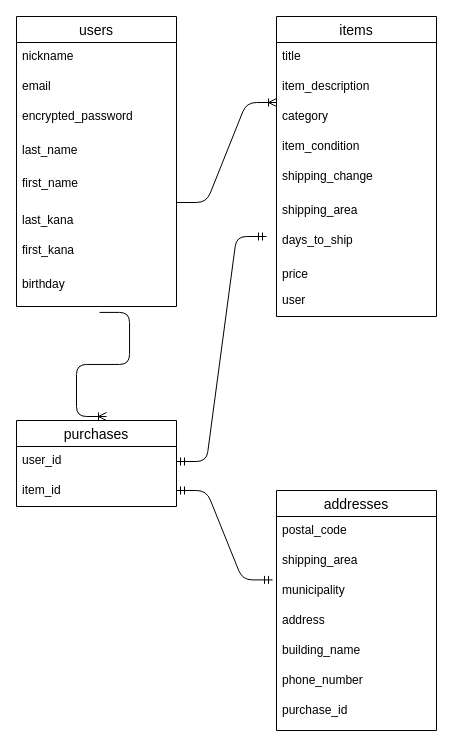
Above: er_furima.dio in Masaki-Ohtaka/furima-34335 (draw.io), before the change. Source tidied: cells renumbered, new cells numbered last; positions are measured from the earlier drawing's top-left corner, leaving out a move shared by most shapes. Both pictures are drawn from the tidied source at 100%, with x=0, y=0 at pixel (16, 16).
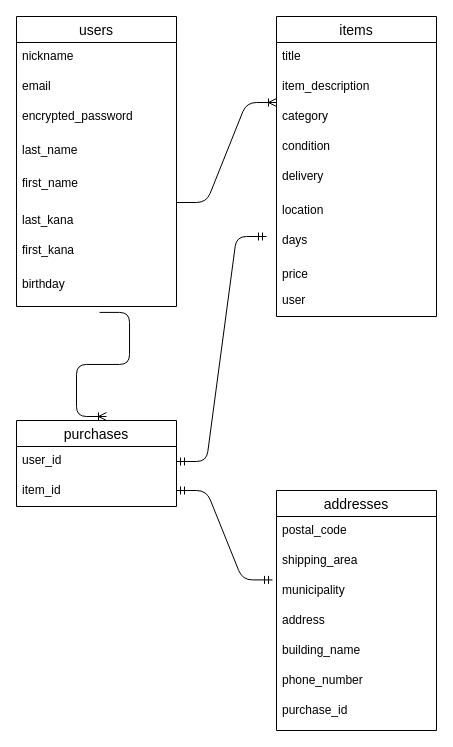
After the change.

The change refers to these unchanged cells:
```xml
<mxCell id="11" value="items" style="swimlane;fontStyle=0;horizontal=1;startSize=26;align=center;fontSize=14;" parent="1" vertex="1">
  <mxGeometry x="260" width="160" height="300" as="geometry" />
</mxCell>
```

What changed in the source:
```diff
@@
-    <mxCell id="15" value="item_condition" style="text;strokeColor=none;fillColor=none;spacingLeft=4;spacingRight=4;overflow=hidden;fontSize=12;" parent="11" vertex="1">
+    <mxCell id="15" value="condition" style="text;strokeColor=none;fillColor=none;spacingLeft=4;spacingRight=4;overflow=hidden;fontSize=12;" parent="11" vertex="1">
       <mxGeometry y="116" width="160" height="30" as="geometry" />
     </mxCell>
-    <mxCell id="16" value="shipping_change" style="text;strokeColor=none;fillColor=none;spacingLeft=4;spacingRight=4;overflow=hidden;fontSize=12;" parent="11" vertex="1">
+    <mxCell id="16" value="delivery" style="text;strokeColor=none;fillColor=none;spacingLeft=4;spacingRight=4;overflow=hidden;fontSize=12;" parent="11" vertex="1">
       <mxGeometry y="146" width="160" height="154" as="geometry" />
     </mxCell>
@@
-    <mxCell id="23" value="shipping_area" style="text;strokeColor=none;fillColor=none;spacingLeft=4;spacingRight=4;overflow=hidden;fontSize=12;" parent="1" vertex="1">
+    <mxCell id="23" value="location" style="text;strokeColor=none;fillColor=none;spacingLeft=4;spacingRight=4;overflow=hidden;fontSize=12;" parent="1" vertex="1">
       <mxGeometry x="260" y="180" width="160" height="34" as="geometry" />
     </mxCell>
-    <mxCell id="24" value="days_to_ship" style="text;strokeColor=none;fillColor=none;spacingLeft=4;spacingRight=4;overflow=hidden;fontSize=12;" parent="1" vertex="1">
+    <mxCell id="24" value="days" style="text;strokeColor=none;fillColor=none;spacingLeft=4;spacingRight=4;overflow=hidden;fontSize=12;" parent="1" vertex="1">
       <mxGeometry x="260" y="210" width="160" height="34" as="geometry" />
     </mxCell>
```
